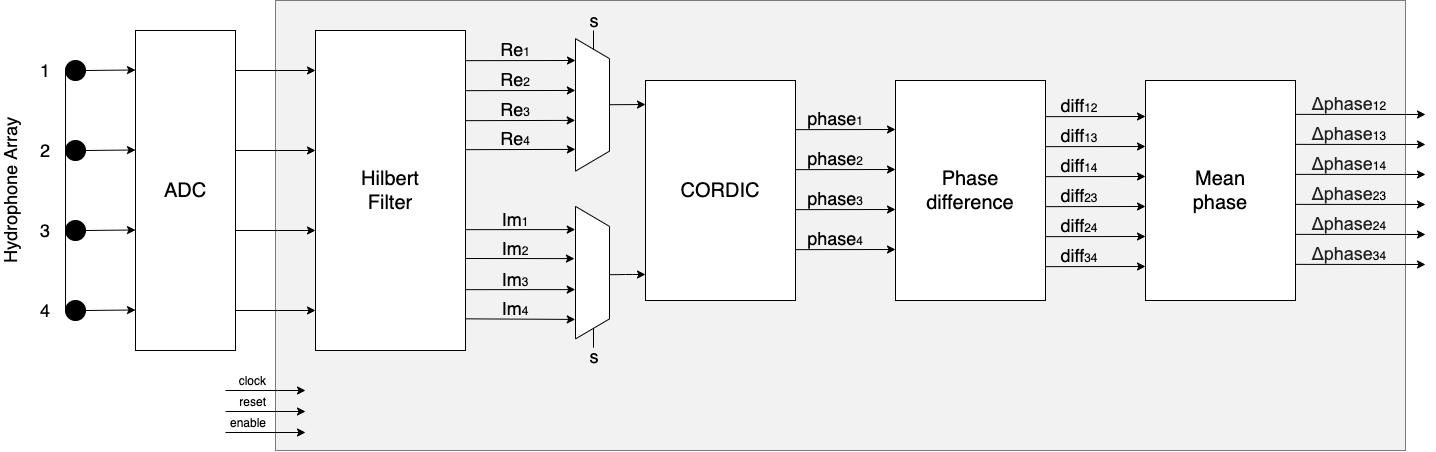
The draw.io diagram feup-teses/figures/hdl-diagram-all.png in paulaaagraca/USBL-Acoustic-ACSM, before a commit. Source tidied: cells renumbered, new cells last; positions are measured from the earlier drawing's top-left corner, leaving out a move shared by most shapes.
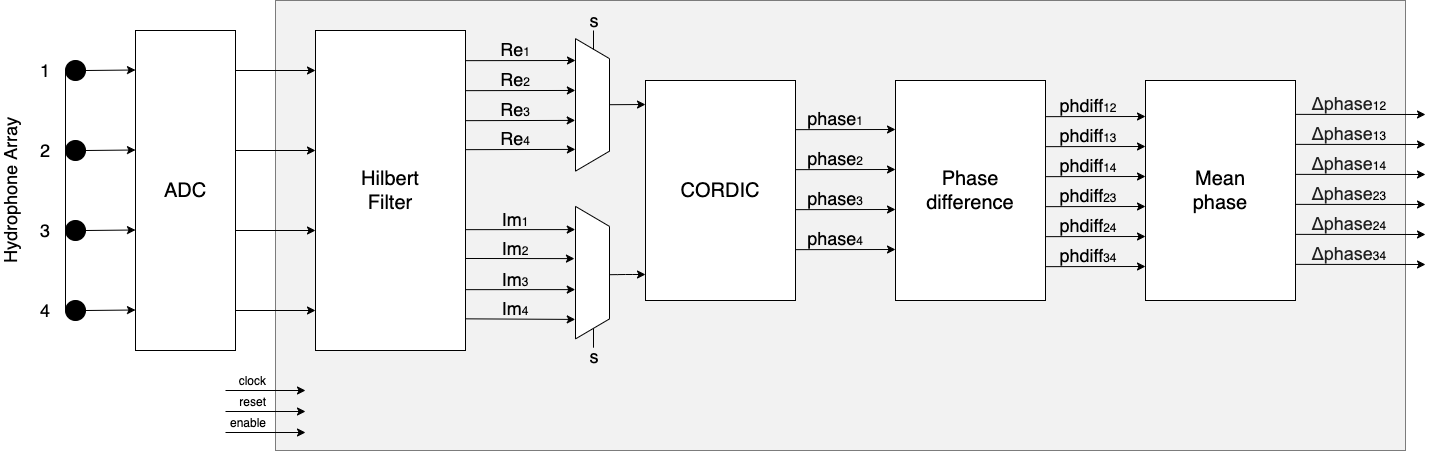
Later version of the same file.

Diff of the diagram source:
```diff
@@ -246,17 +246,17 @@
         <mxPoint x="1220" y="206" as="targetPoint" />
       </mxGeometry>
     </mxCell>
-    <mxCell id="58" value="&lt;font&gt;diff&lt;/font&gt;&lt;font style=&quot;font-size: 12px&quot;&gt;12&lt;/font&gt;" style="text;html=1;fillColor=none;align=center;verticalAlign=middle;whiteSpace=wrap;rounded=0;fontSize=18;" parent="1" vertex="1">
-      <mxGeometry x="1134" y="95.4" width="40" height="20" as="geometry" />
+    <mxCell id="58" value="&lt;font&gt;phdiff&lt;/font&gt;&lt;font style=&quot;font-size: 12px&quot;&gt;12&lt;/font&gt;" style="text;html=1;fillColor=none;align=center;verticalAlign=middle;whiteSpace=wrap;rounded=0;fontSize=18;" parent="1" vertex="1">
+      <mxGeometry x="1143" y="95.4" width="40" height="20" as="geometry" />
     </mxCell>
-    <mxCell id="59" value="diff&lt;font style=&quot;font-size: 12px&quot;&gt;13&lt;/font&gt;" style="text;html=1;fillColor=none;align=center;verticalAlign=middle;whiteSpace=wrap;rounded=0;fontSize=18;" parent="1" vertex="1">
-      <mxGeometry x="1134" y="125.1" width="40" height="20" as="geometry" />
+    <mxCell id="59" value="phdiff&lt;font style=&quot;font-size: 12px&quot;&gt;13&lt;/font&gt;" style="text;html=1;fillColor=none;align=center;verticalAlign=middle;whiteSpace=wrap;rounded=0;fontSize=18;" parent="1" vertex="1">
+      <mxGeometry x="1143" y="125.1" width="40" height="20" as="geometry" />
     </mxCell>
-    <mxCell id="60" value="diff&lt;font style=&quot;font-size: 12px&quot;&gt;14&lt;/font&gt;" style="text;html=1;fillColor=none;align=center;verticalAlign=middle;whiteSpace=wrap;rounded=0;fontSize=18;" parent="1" vertex="1">
-      <mxGeometry x="1134" y="155.1" width="40" height="20" as="geometry" />
+    <mxCell id="60" value="phdiff&lt;font style=&quot;font-size: 12px&quot;&gt;14&lt;/font&gt;" style="text;html=1;fillColor=none;align=center;verticalAlign=middle;whiteSpace=wrap;rounded=0;fontSize=18;" parent="1" vertex="1">
+      <mxGeometry x="1143" y="155.1" width="40" height="20" as="geometry" />
     </mxCell>
-    <mxCell id="61" value="diff&lt;font style=&quot;font-size: 12px&quot;&gt;23&lt;/font&gt;" style="text;html=1;fillColor=none;align=center;verticalAlign=middle;whiteSpace=wrap;rounded=0;fontSize=18;" parent="1" vertex="1">
-      <mxGeometry x="1134" y="185.1" width="40" height="20" as="geometry" />
+    <mxCell id="61" value="phdiff&lt;font style=&quot;font-size: 12px&quot;&gt;23&lt;/font&gt;" style="text;html=1;fillColor=none;align=center;verticalAlign=middle;whiteSpace=wrap;rounded=0;fontSize=18;" parent="1" vertex="1">
+      <mxGeometry x="1143" y="185.1" width="40" height="20" as="geometry" />
     </mxCell>
     <mxCell id="62" style="endArrow=classic;html=1;endFill=1;fontSize=20;" parent="1" edge="1">
       <mxGeometry relative="1" as="geometry">
@@ -270,11 +270,11 @@
         <mxPoint x="1220" y="266" as="targetPoint" />
       </mxGeometry>
     </mxCell>
-    <mxCell id="64" value="diff&lt;font style=&quot;font-size: 12px&quot;&gt;24&lt;/font&gt;" style="text;html=1;fillColor=none;align=center;verticalAlign=middle;whiteSpace=wrap;rounded=0;fontSize=18;" parent="1" vertex="1">
-      <mxGeometry x="1134" y="215.4" width="40" height="20" as="geometry" />
+    <mxCell id="64" value="phdiff&lt;font style=&quot;font-size: 12px&quot;&gt;24&lt;/font&gt;" style="text;html=1;fillColor=none;align=center;verticalAlign=middle;whiteSpace=wrap;rounded=0;fontSize=18;" parent="1" vertex="1">
+      <mxGeometry x="1143" y="215.4" width="40" height="20" as="geometry" />
     </mxCell>
-    <mxCell id="65" value="diff&lt;font style=&quot;font-size: 12px&quot;&gt;34&lt;/font&gt;" style="text;html=1;fillColor=none;align=center;verticalAlign=middle;whiteSpace=wrap;rounded=0;fontSize=18;" parent="1" vertex="1">
-      <mxGeometry x="1134" y="245.1" width="40" height="20" as="geometry" />
+    <mxCell id="65" value="phdiff&lt;font style=&quot;font-size: 12px&quot;&gt;34&lt;/font&gt;" style="text;html=1;fillColor=none;align=center;verticalAlign=middle;whiteSpace=wrap;rounded=0;fontSize=18;" parent="1" vertex="1">
+      <mxGeometry x="1143" y="245.1" width="40" height="20" as="geometry" />
     </mxCell>
     <mxCell id="66" style="endArrow=classic;html=1;endFill=1;fontSize=20;" parent="1" edge="1">
       <mxGeometry relative="1" as="geometry">
```
